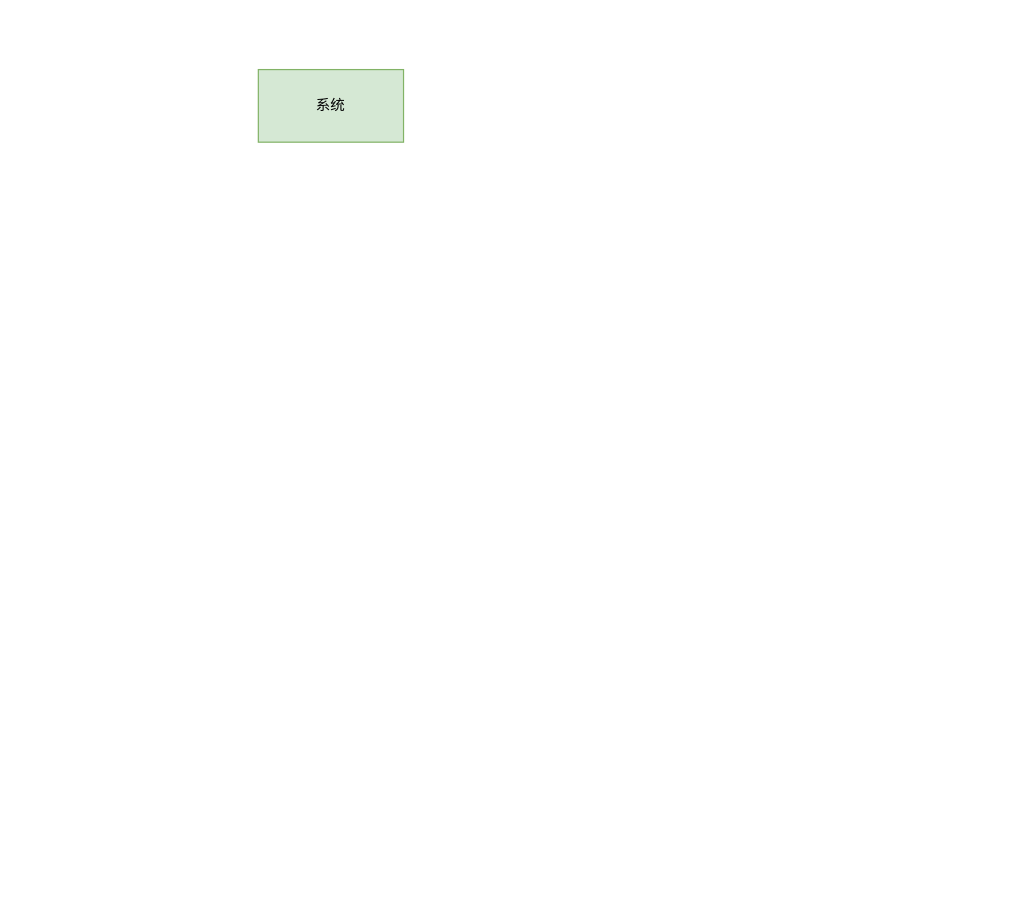
Before: api.drawio in wssaidong/draw.io, a draw.io diagram. Source tidied: cells renumbered, new cells numbered last; positions are measured from the earlier drawing's top-left corner, leaving out a move shared by most shapes. Both pictures are drawn from the tidied source at 121%, with x=0, y=0 at pixel (258, 69).
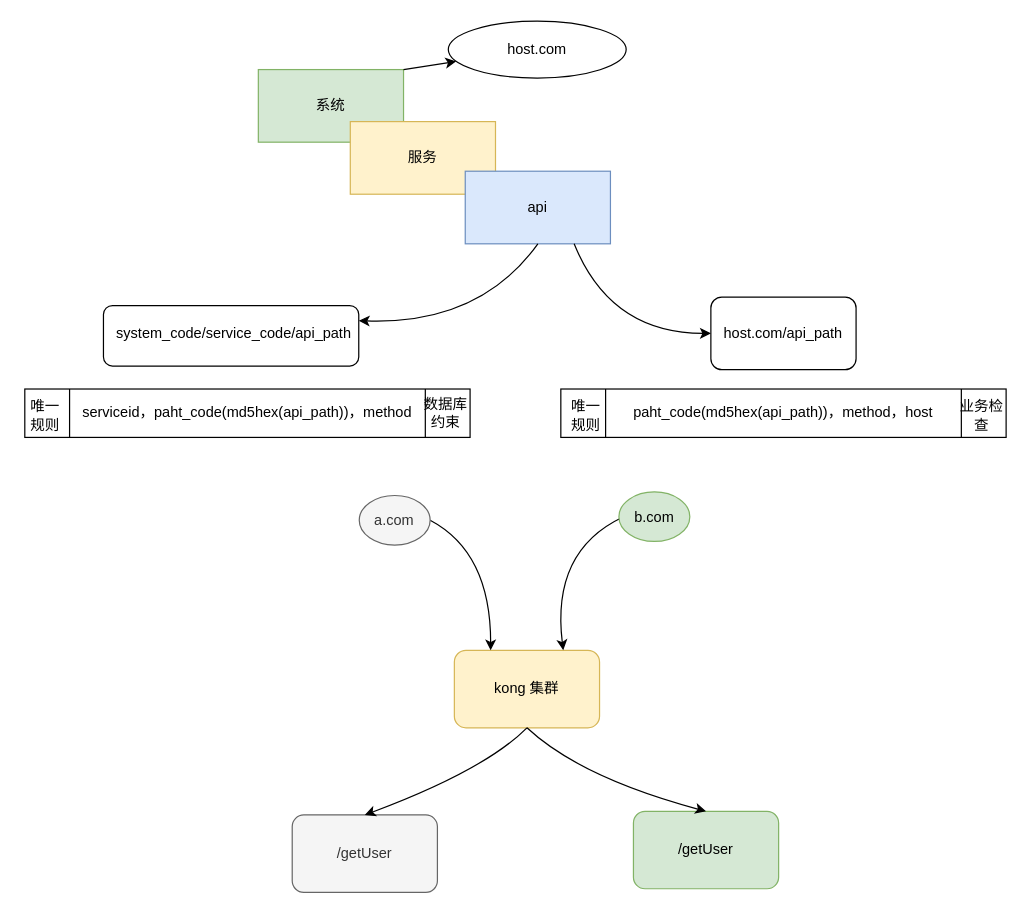
After the change.

The change refers to these unchanged cells:
```xml
<mxCell id="2" value="系统" style="rounded=0;whiteSpace=wrap;html=1;fillColor=#d5e8d4;strokeColor=#82b366;" parent="1" vertex="1">
  <mxGeometry width="120" height="60" as="geometry" />
</mxCell>
```

What changed in the source:
```diff
@@
+    <mxCell id="3" style="rounded=1;whiteSpace=wrap;html=1;fillColor=none;" parent="1" vertex="1">
+      <mxGeometry x="-128" y="195" width="211" height="50" as="geometry" />
+    </mxCell>
@@
+    <mxCell id="4" value="服务" style="rounded=0;whiteSpace=wrap;html=1;fillColor=#fff2cc;strokeColor=#d6b656;" parent="1" vertex="1">
+      <mxGeometry x="76" y="43" width="120" height="60" as="geometry" />
+    </mxCell>
+    <mxCell id="5" value="api" style="rounded=0;whiteSpace=wrap;html=1;fillColor=#dae8fc;strokeColor=#6c8ebf;" parent="1" vertex="1">
+      <mxGeometry x="171" y="84" width="120" height="60" as="geometry" />
+    </mxCell>
+    <mxCell id="6" style="endArrow=classic;html=1;exitX=0.5;exitY=1;exitDx=0;exitDy=0;curved=1;entryX=1;entryY=0.25;entryDx=0;entryDy=0;" parent="1" edge="1" source="5" target="3">
+      <mxGeometry relative="1" as="geometry">
+        <Array as="points">
+          <mxPoint x="183" y="211" />
+        </Array>
+      </mxGeometry>
+    </mxCell>
+    <mxCell id="7" value="system_code/service_code/api_path" style="text;html=1;strokeColor=none;fillColor=none;align=center;verticalAlign=middle;whiteSpace=wrap;rounded=0;" parent="1" vertex="1">
+      <mxGeometry x="-40" y="208" width="40" height="20" as="geometry" />
+    </mxCell>
+    <mxCell id="8" value="serviceid，paht_code(md5hex(api_path))，method" style="shape=process;whiteSpace=wrap;html=1;backgroundOutline=1;fillColor=none;" parent="1" vertex="1">
+      <mxGeometry x="-193" y="264" width="368" height="40" as="geometry" />
+    </mxCell>
+    <mxCell id="9" value="host.com/api_path" style="rounded=1;whiteSpace=wrap;html=1;fillColor=none;" parent="1" vertex="1">
+      <mxGeometry x="374" y="188" width="120" height="60" as="geometry" />
+    </mxCell>
+    <mxCell id="10" style="endArrow=classic;html=1;exitX=0.75;exitY=1;exitDx=0;exitDy=0;entryX=0;entryY=0.5;entryDx=0;entryDy=0;curved=1;" parent="1" edge="1" source="5" target="9">
+      <mxGeometry relative="1" as="geometry">
+        <Array as="points">
+          <mxPoint x="291" y="218" />
+        </Array>
+      </mxGeometry>
+    </mxCell>
+    <mxCell id="11" value="paht_code(md5hex(api_path))，method，host" style="shape=process;whiteSpace=wrap;html=1;backgroundOutline=1;fillColor=none;" parent="1" vertex="1">
+      <mxGeometry x="250" y="264" width="368" height="40" as="geometry" />
+    </mxCell>
+    <mxCell id="12" style="endArrow=classic;html=1;exitX=1;exitY=0;exitDx=0;exitDy=0;" parent="1" edge="1" source="2" target="13">
+      <mxGeometry relative="1" as="geometry" />
+    </mxCell>
+    <mxCell id="13" value="host.com" style="ellipse;whiteSpace=wrap;html=1;" parent="1" vertex="1">
+      <mxGeometry x="157" y="-40" width="147" height="47" as="geometry" />
+    </mxCell>
+    <mxCell id="14" value="唯一&lt;br&gt;规则" style="text;html=1;strokeColor=none;fillColor=none;align=center;verticalAlign=middle;whiteSpace=wrap;rounded=0;" parent="1" vertex="1">
+      <mxGeometry x="-196" y="276" width="40" height="20" as="geometry" />
+    </mxCell>
+    <mxCell id="15" value="唯一&lt;br&gt;规则" style="text;html=1;strokeColor=none;fillColor=none;align=center;verticalAlign=middle;whiteSpace=wrap;rounded=0;" parent="1" vertex="1">
+      <mxGeometry x="251" y="276" width="40" height="20" as="geometry" />
+    </mxCell>
+    <mxCell id="16" value="数据库约束" style="text;html=1;strokeColor=none;fillColor=none;align=center;verticalAlign=middle;whiteSpace=wrap;rounded=0;" parent="1" vertex="1">
+      <mxGeometry x="135" y="274" width="40" height="20" as="geometry" />
+    </mxCell>
+    <mxCell id="17" value="业务检查" style="text;html=1;strokeColor=none;fillColor=none;align=center;verticalAlign=middle;whiteSpace=wrap;rounded=0;" parent="1" vertex="1">
+      <mxGeometry x="578" y="276" width="40" height="20" as="geometry" />
+    </mxCell>
+    <mxCell id="18" value="kong 集群" style="rounded=1;whiteSpace=wrap;html=1;fillColor=#fff2cc;strokeColor=#d6b656;" parent="1" vertex="1">
+      <mxGeometry x="162" y="480" width="120" height="64" as="geometry" />
+    </mxCell>
+    <mxCell id="19" value="/getUser" style="rounded=1;whiteSpace=wrap;html=1;fillColor=#f5f5f5;strokeColor=#666666;fontColor=#333333;" parent="1" vertex="1">
+      <mxGeometry x="28" y="616" width="120" height="64" as="geometry" />
+    </mxCell>
+    <mxCell id="20" value="/getUser" style="rounded=1;whiteSpace=wrap;html=1;fillColor=#d5e8d4;strokeColor=#82b366;" parent="1" vertex="1">
+      <mxGeometry x="310" y="613" width="120" height="64" as="geometry" />
+    </mxCell>
+    <mxCell id="21" style="endArrow=classic;html=1;exitX=0.5;exitY=1;exitDx=0;exitDy=0;entryX=0.5;entryY=0;entryDx=0;entryDy=0;curved=1;" parent="1" edge="1" source="18" target="19">
+      <mxGeometry relative="1" as="geometry">
+        <Array as="points">
+          <mxPoint x="187" y="579" />
+        </Array>
+      </mxGeometry>
+    </mxCell>
+    <mxCell id="22" style="endArrow=classic;html=1;exitX=0.5;exitY=1;exitDx=0;exitDy=0;entryX=0.5;entryY=0;entryDx=0;entryDy=0;curved=1;" parent="1" edge="1" source="18" target="20">
+      <mxGeometry relative="1" as="geometry">
+        <Array as="points">
+          <mxPoint x="266" y="585" />
+        </Array>
+      </mxGeometry>
+    </mxCell>
+    <mxCell id="23" style="jettySize=auto;html=1;entryX=0.25;entryY=0;entryDx=0;entryDy=0;exitX=1;exitY=0.5;exitDx=0;exitDy=0;curved=1;" parent="1" edge="1" source="24" target="18">
+      <mxGeometry relative="1" as="geometry">
+        <Array as="points">
+          <mxPoint x="192" y="399" />
+        </Array>
+      </mxGeometry>
+    </mxCell>
+    <mxCell id="24" value="a.com" style="ellipse;whiteSpace=wrap;html=1;fillColor=#f5f5f5;strokeColor=#666666;fontColor=#333333;" parent="1" vertex="1">
+      <mxGeometry x="83.4" y="352" width="58.6" height="41" as="geometry" />
+    </mxCell>
+    <mxCell id="25" style="jettySize=auto;html=1;entryX=0.75;entryY=0;entryDx=0;entryDy=0;curved=1;" parent="1" edge="1" target="18">
+      <mxGeometry relative="1" as="geometry">
+        <mxPoint x="301" y="370" as="sourcePoint" />
+        <Array as="points">
+          <mxPoint x="242" y="398" />
+        </Array>
+      </mxGeometry>
+    </mxCell>
+    <mxCell id="26" value="b.com" style="ellipse;whiteSpace=wrap;html=1;fillColor=#d5e8d4;strokeColor=#82b366;" parent="1" vertex="1">
+      <mxGeometry x="298" y="349" width="58.6" height="41" as="geometry" />
+    </mxCell>
```
